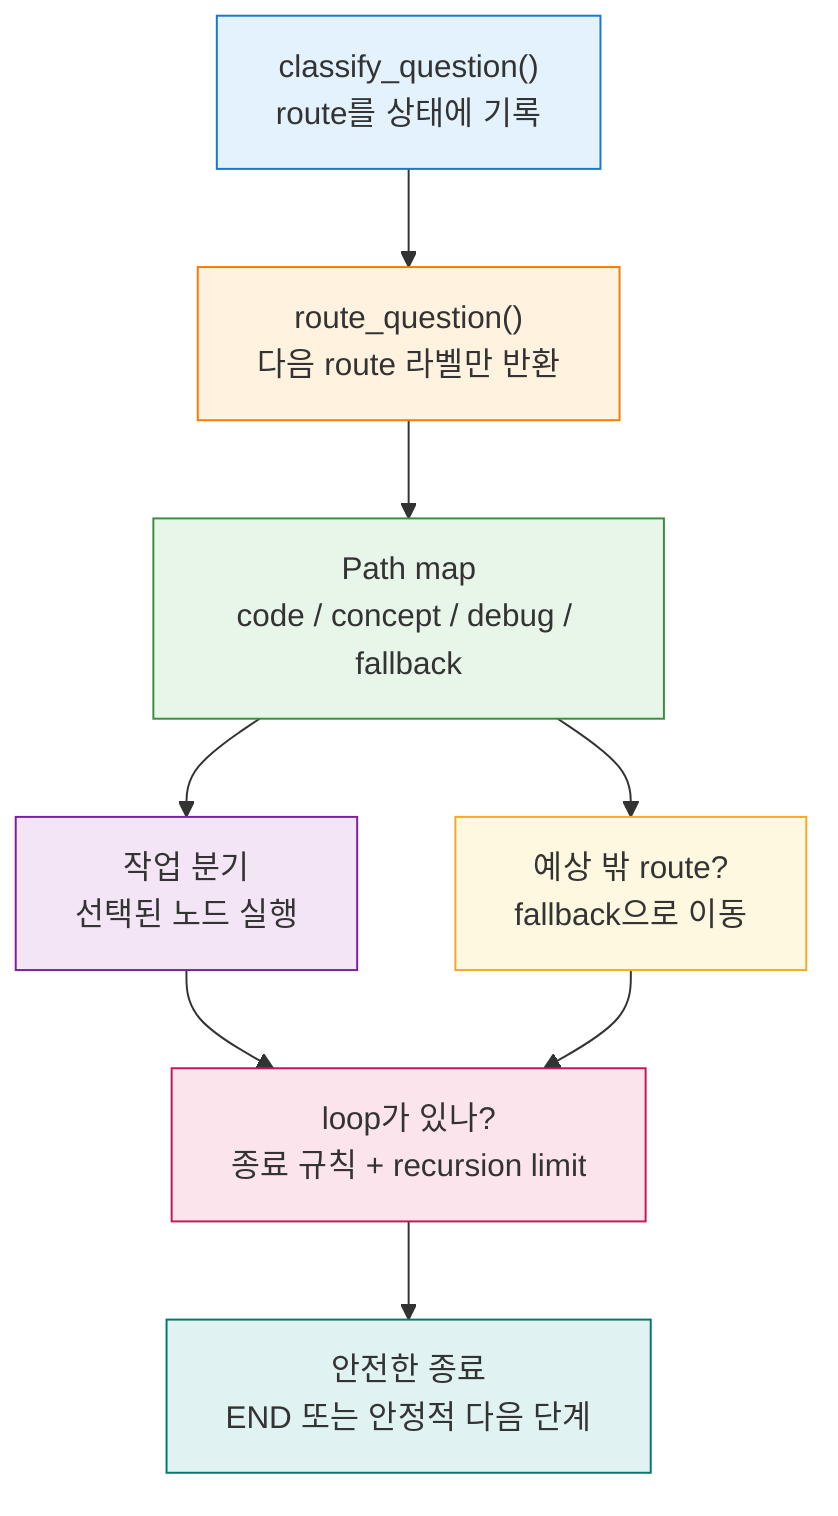
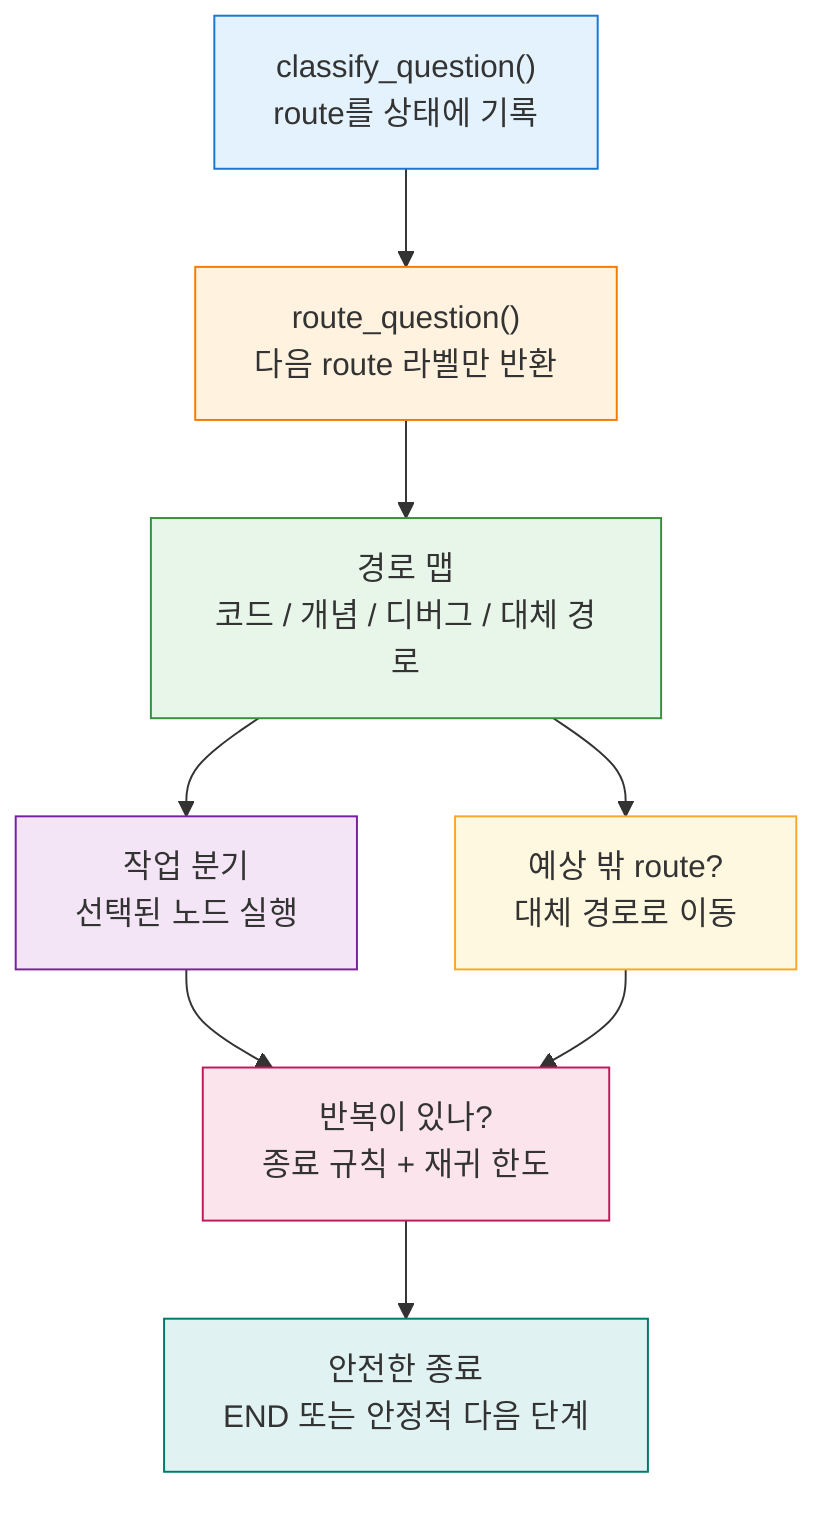
flowchart TD
  A["classify_question()<br/>route를 상태에 기록"] --> B["route_question()<br/>다음 route 라벨만 반환"]
-   B --> C["Path map<br/>code / concept / debug / fallback"]
+   B --> C["경로 맵<br/>코드 / 개념 / 디버그 / 대체 경로"]
  C --> D["작업 분기<br/>선택된 노드 실행"]

-   C --> E["예상 밖 route?<br/>fallback으로 이동"]
-   D --> F["loop가 있나?<br/>종료 규칙 + recursion limit"]
+   C --> E["예상 밖 route?<br/>대체 경로로 이동"]
+   D --> F["반복이 있나?<br/>종료 규칙 + 재귀 한도"]
  E --> F
  F --> G["안전한 종료<br/>END 또는 안정적 다음 단계"]

  style A fill:#e3f2fd,stroke:#1976d2
  style B fill:#fff3e0,stroke:#f57c00
  style C fill:#e8f5e9,stroke:#388e3c
  style D fill:#f3e5f5,stroke:#7b1fa2
  style E fill:#fff8e1,stroke:#f9a825
  style F fill:#fce4ec,stroke:#c2185b
  style G fill:#e0f2f1,stroke:#00796b
